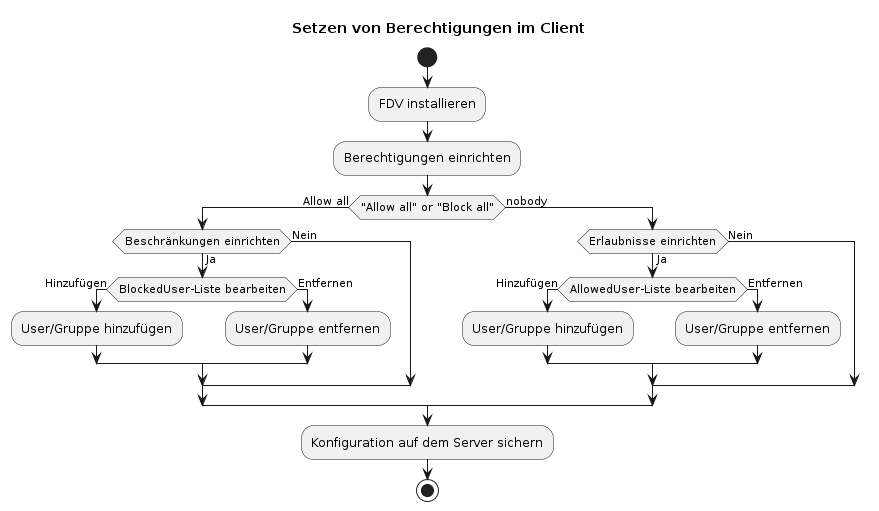
Earlier version of the PlantUML export images/diagrams/TI-Messenger-Client/Berechtigungen_setzen.png (gematik/api-ti-messenger).
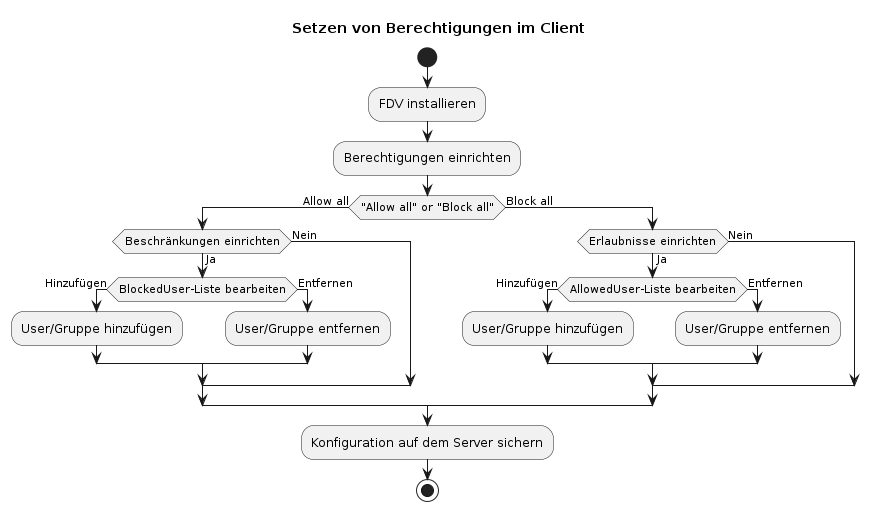
The same diagram one commit later.

Commit message:
Commit from GitHub Actions (GeneratePlantumlImages)

Diff of the diagram source:
```diff
@@ -14,7 +14,7 @@
     endif
   else(Nein)
   endif
-else (nobody)
+else (Block all)
   if(Erlaubnisse einrichten) then (Ja)
     if(AllowedUser-Liste bearbeiten) then (Hinzufügen)
     :User/Gruppe hinzufügen;
```
